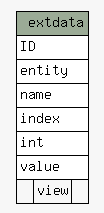
Earlier version of the Graphviz export diagrams/summary/extdata.1degree.png (zeyosinc/zeyos-schema). Its source is kept beside it as diagrams/summary/extdata.1degree.dot. Source of this version:
```dot
digraph "extdata" {
  graph [
    rankdir="RL"
    bgcolor="#f7f7f7"
    nodesep="0.18"
    ranksep="0.46"
    fontname="Helvetica"
    fontsize="11"
  ];
  node [
    fontname="Helvetica"
    fontsize="11"
    shape="plaintext"
  ];
  edge [
    arrowsize="0.8"
  ];
  "extdata" [
    label=<
    <TABLE BORDER="0" CELLBORDER="1" CELLSPACING="0" BGCOLOR="#ffffff">
      <TR><TD COLSPAN="3" BGCOLOR="#9bab96" ALIGN="CENTER">extdata</TD></TR>
      <TR><TD PORT="ID" COLSPAN="3" ALIGN="LEFT">ID</TD></TR>
      <TR><TD PORT="entity" COLSPAN="3" ALIGN="LEFT">entity</TD></TR>
      <TR><TD PORT="name" COLSPAN="3" ALIGN="LEFT">name</TD></TR>
      <TR><TD PORT="index" COLSPAN="3" ALIGN="LEFT">index</TD></TR>
      <TR><TD PORT="int" COLSPAN="3" ALIGN="LEFT">int</TD></TR>
      <TR><TD PORT="value" COLSPAN="3" ALIGN="LEFT">value</TD></TR>
      <TR><TD ALIGN="LEFT" BGCOLOR="#f7f7f7">  </TD><TD ALIGN="RIGHT" BGCOLOR="#f7f7f7">view</TD><TD ALIGN="RIGHT" BGCOLOR="#f7f7f7">  </TD></TR>
    </TABLE>>
    URL="tables/extdata.html"
    tooltip="extdata"
  ];
}
```
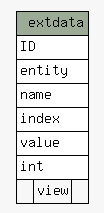
Later version of the same file.

Diff of the diagram source:
```diff
@@ -23,8 +23,8 @@
       <TR><TD PORT="entity" COLSPAN="3" ALIGN="LEFT">entity</TD></TR>
       <TR><TD PORT="name" COLSPAN="3" ALIGN="LEFT">name</TD></TR>
       <TR><TD PORT="index" COLSPAN="3" ALIGN="LEFT">index</TD></TR>
+      <TR><TD PORT="value" COLSPAN="3" ALIGN="LEFT">value</TD></TR>
       <TR><TD PORT="int" COLSPAN="3" ALIGN="LEFT">int</TD></TR>
-      <TR><TD PORT="value" COLSPAN="3" ALIGN="LEFT">value</TD></TR>
       <TR><TD ALIGN="LEFT" BGCOLOR="#f7f7f7">  </TD><TD ALIGN="RIGHT" BGCOLOR="#f7f7f7">view</TD><TD ALIGN="RIGHT" BGCOLOR="#f7f7f7">  </TD></TR>
     </TABLE>>
     URL="tables/extdata.html"
```
